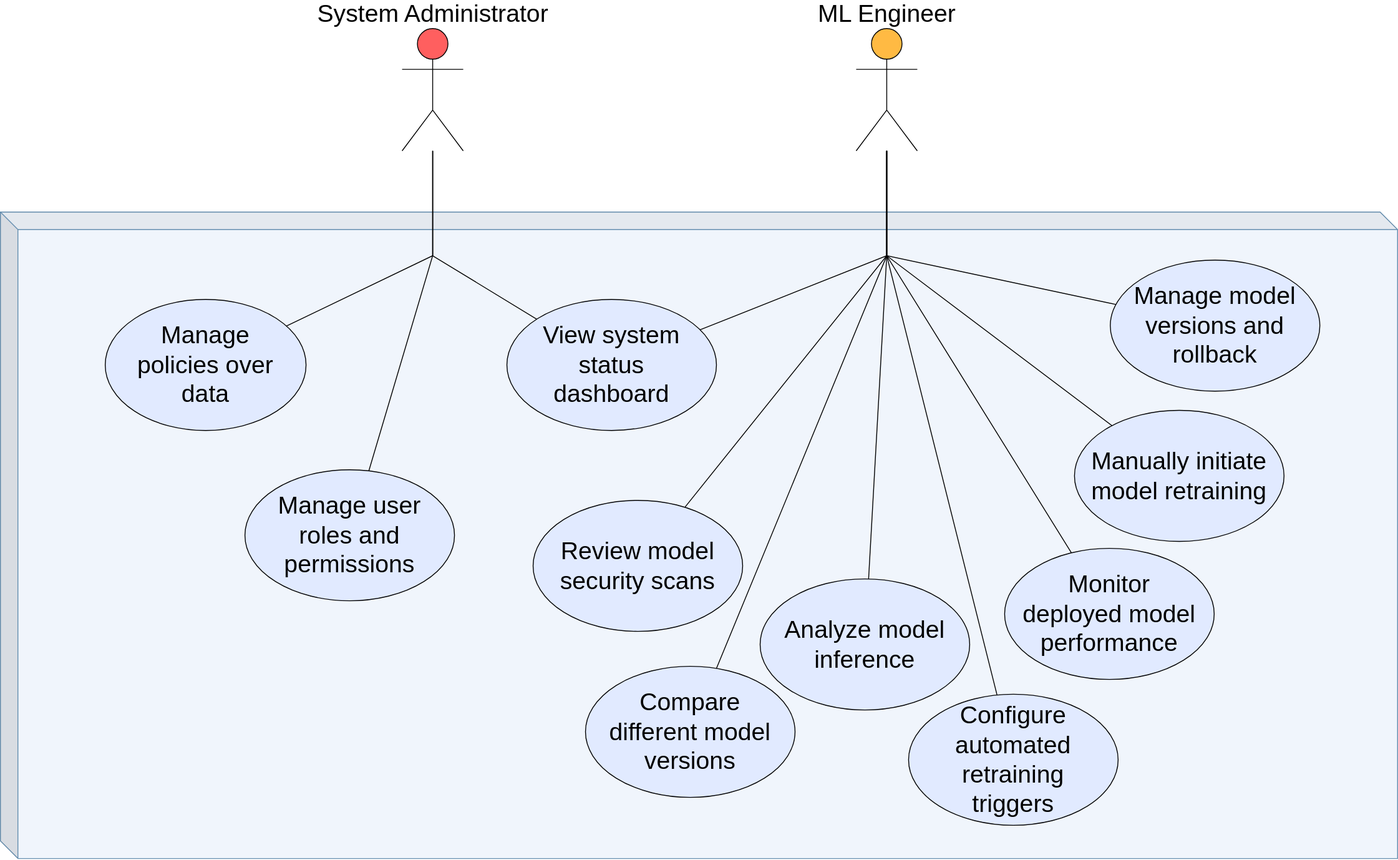
This is static/img/usecases2.svg from ATNoG/pei-nwdaf-microsite, a draw.io export, as it was before one commit. Source tidied: cells renumbered, new cells last; positions are measured from the earlier drawing's top-left corner, leaving out a move shared by most shapes.
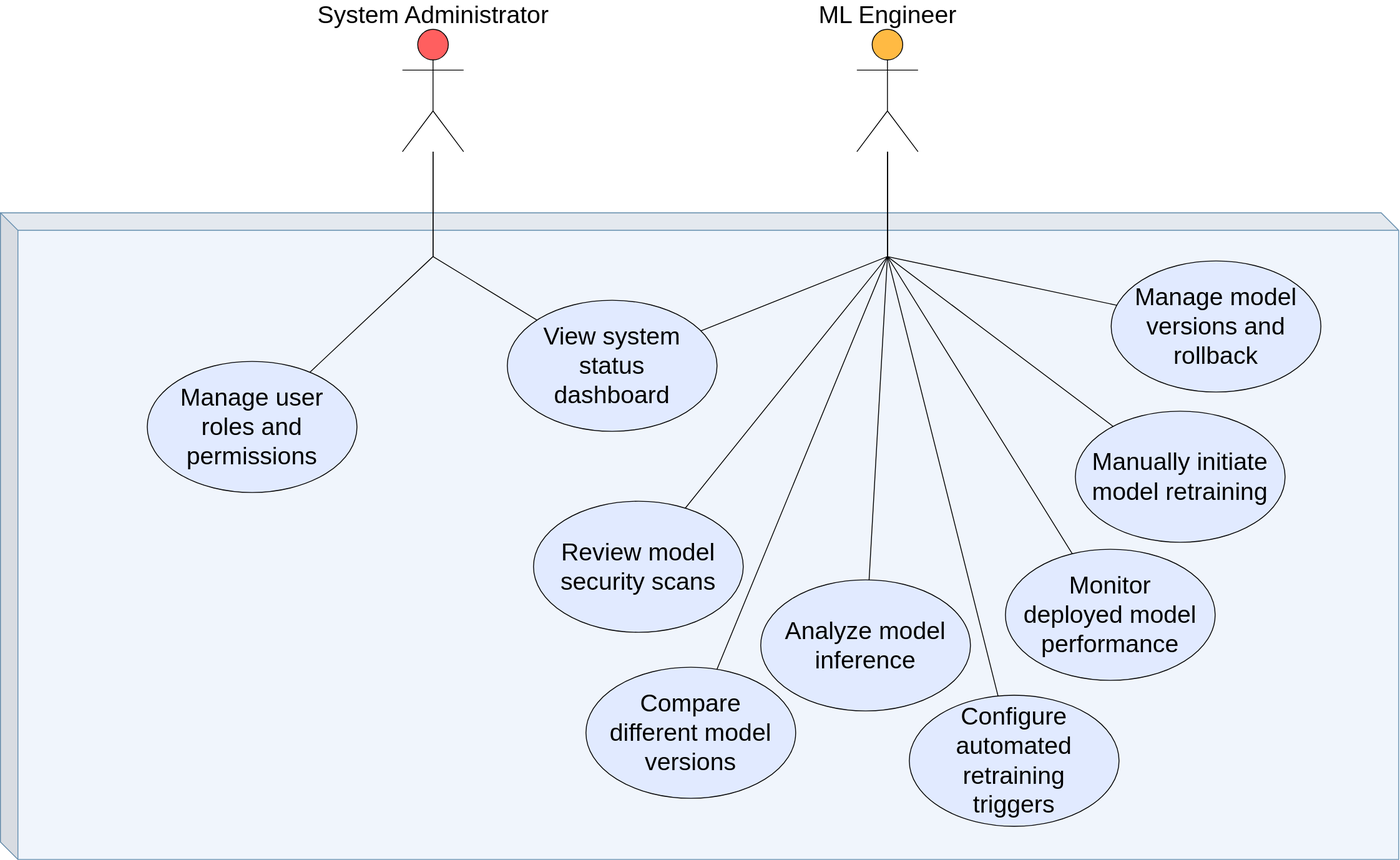
The same file after the commit.

Commit message:
update use case

Change to the diagram source:
```diff
@@ -2,7 +2,7 @@
   <root>
     <mxCell id="0" />
     <mxCell id="1" parent="0" />
-    <mxCell id="2" style="shape=cube;whiteSpace=wrap;html=1;boundedLbl=1;backgroundOutline=1;darkOpacity=0.05;darkOpacity2=0.1;fillColor=#F0F5FC;strokeColor=#648EAF;fontSize=28;spacingLeft=15;spacingRight=15;" parent="1" vertex="1">
+    <mxCell id="2" value="\" style="shape=cube;whiteSpace=wrap;html=1;boundedLbl=1;backgroundOutline=1;darkOpacity=0.05;darkOpacity2=0.1;fillColor=#F0F5FC;strokeColor=#648EAF;fontSize=28;spacingLeft=15;spacingRight=15;" parent="1" vertex="1">
       <mxGeometry y="210" width="1600" height="740" as="geometry" />
     </mxCell>
     <mxCell id="3" value="&lt;font&gt;ML Engineer&lt;/font&gt;" style="shape=umlActor;verticalLabelPosition=bottom;verticalAlign=top;html=1;outlineConnect=0;spacingTop=-180;fontSize=28;spacingLeft=15;spacingRight=15;fillColor=#FFBA43;" parent="1" vertex="1">
@@ -30,93 +30,83 @@
       <mxGeometry x="610" y="540" width="240" height="150" as="geometry" />
     </mxCell>
     <mxCell id="11" value="&lt;div&gt;Manage user roles and permissions&lt;/div&gt;" style="ellipse;whiteSpace=wrap;html=1;fontSize=28;textShadow=0;labelBackgroundColor=none;spacingLeft=15;spacingRight=15;align=center;strokeColor=default;fillColor=#E1EAFF;" parent="1" vertex="1">
-      <mxGeometry x="280" y="505" width="240" height="150" as="geometry" />
+      <mxGeometry x="168" y="380" width="240" height="150" as="geometry" />
     </mxCell>
-    <mxCell id="12" value="&lt;div&gt;&lt;span style=&quot;text-align: left;&quot;&gt;Manage policies over data&lt;/span&gt;&lt;/div&gt;" style="ellipse;whiteSpace=wrap;html=1;fontSize=28;textShadow=0;labelBackgroundColor=none;spacingLeft=15;spacingRight=15;align=center;strokeColor=default;fillColor=#E1EAFF;" parent="1" vertex="1">
-      <mxGeometry x="120" y="310" width="230" height="150" as="geometry" />
+    <mxCell id="12" value="&lt;span&gt;System Administrator&lt;/span&gt;" style="shape=umlActor;verticalLabelPosition=bottom;verticalAlign=top;html=1;outlineConnect=0;spacingTop=-180;fontSize=28;spacingLeft=15;spacingRight=15;fillColor=#FF5F5F;" parent="1" vertex="1">
+      <mxGeometry x="460" width="70" height="140" as="geometry" />
     </mxCell>
-    <mxCell id="13" value="&lt;span&gt;System Administrator&lt;/span&gt;" style="shape=umlActor;verticalLabelPosition=bottom;verticalAlign=top;html=1;outlineConnect=0;spacingTop=-180;fontSize=28;spacingLeft=15;spacingRight=15;fillColor=#FF5F5F;" parent="1" vertex="1">
-      <mxGeometry x="460" width="70" height="140" as="geometry" />
+    <mxCell id="13" value="&lt;div&gt;View system status dashboard&lt;/div&gt;" style="ellipse;whiteSpace=wrap;html=1;fontSize=28;textShadow=0;labelBackgroundColor=none;spacingLeft=15;spacingRight=15;align=center;strokeColor=default;fillColor=#E1EAFF;" parent="1" vertex="1">
+      <mxGeometry x="580" y="310" width="240" height="150" as="geometry" />
     </mxCell>
-    <mxCell id="14" value="&lt;div&gt;View system status dashboard&lt;/div&gt;" style="ellipse;whiteSpace=wrap;html=1;fontSize=28;textShadow=0;labelBackgroundColor=none;spacingLeft=15;spacingRight=15;align=center;strokeColor=default;fillColor=#E1EAFF;" parent="1" vertex="1">
-      <mxGeometry x="580" y="310" width="240" height="150" as="geometry" />
+    <mxCell id="14" style="endArrow=none;html=1;rounded=0;fontSize=28;spacingLeft=15;spacingRight=15;" parent="1" edge="1" source="13" target="3">
+      <mxGeometry relative="1" as="geometry">
+        <Array as="points">
+          <mxPoint x="1015" y="260" />
+        </Array>
+      </mxGeometry>
     </mxCell>
-    <mxCell id="15" style="endArrow=none;html=1;rounded=0;fontSize=28;spacingLeft=15;spacingRight=15;" parent="1" edge="1" source="14" target="3">
+    <mxCell id="15" style="endArrow=none;html=1;rounded=0;fontSize=28;spacingLeft=15;spacingRight=15;" parent="1" edge="1" source="4" target="3">
       <mxGeometry relative="1" as="geometry">
         <Array as="points">
           <mxPoint x="1015" y="260" />
         </Array>
       </mxGeometry>
     </mxCell>
-    <mxCell id="16" style="endArrow=none;html=1;rounded=0;fontSize=28;spacingLeft=15;spacingRight=15;" parent="1" edge="1" source="4" target="3">
+    <mxCell id="16" style="endArrow=none;html=1;rounded=0;fontSize=28;spacingLeft=15;spacingRight=15;" parent="1" edge="1" source="3" target="10">
       <mxGeometry relative="1" as="geometry">
         <Array as="points">
           <mxPoint x="1015" y="260" />
         </Array>
       </mxGeometry>
     </mxCell>
-    <mxCell id="17" style="endArrow=none;html=1;rounded=0;fontSize=28;spacingLeft=15;spacingRight=15;" parent="1" edge="1" source="3" target="10">
+    <mxCell id="17" style="endArrow=none;html=1;rounded=0;fontSize=28;spacingLeft=15;spacingRight=15;" parent="1" edge="1" source="7" target="3">
       <mxGeometry relative="1" as="geometry">
         <Array as="points">
           <mxPoint x="1015" y="260" />
         </Array>
       </mxGeometry>
     </mxCell>
-    <mxCell id="18" style="endArrow=none;html=1;rounded=0;fontSize=28;spacingLeft=15;spacingRight=15;" parent="1" edge="1" source="7" target="3">
+    <mxCell id="18" style="endArrow=none;html=1;rounded=0;fontSize=28;spacingLeft=15;spacingRight=15;" parent="1" edge="1" source="3" target="8">
       <mxGeometry relative="1" as="geometry">
         <Array as="points">
           <mxPoint x="1015" y="260" />
         </Array>
       </mxGeometry>
     </mxCell>
-    <mxCell id="19" style="endArrow=none;html=1;rounded=0;fontSize=28;spacingLeft=15;spacingRight=15;" parent="1" edge="1" source="3" target="8">
+    <mxCell id="19" style="endArrow=none;html=1;rounded=0;fontSize=28;spacingLeft=15;spacingRight=15;" parent="1" edge="1" source="3" target="6">
       <mxGeometry relative="1" as="geometry">
         <Array as="points">
           <mxPoint x="1015" y="260" />
         </Array>
       </mxGeometry>
     </mxCell>
-    <mxCell id="20" style="endArrow=none;html=1;rounded=0;fontSize=28;spacingLeft=15;spacingRight=15;" parent="1" edge="1" source="3" target="6">
+    <mxCell id="20" style="endArrow=none;html=1;rounded=0;fontSize=28;spacingLeft=15;spacingRight=15;" parent="1" edge="1" source="3" target="9">
       <mxGeometry relative="1" as="geometry">
         <Array as="points">
           <mxPoint x="1015" y="260" />
         </Array>
       </mxGeometry>
     </mxCell>
-    <mxCell id="21" style="endArrow=none;html=1;rounded=0;fontSize=28;spacingLeft=15;spacingRight=15;" parent="1" edge="1" source="3" target="9">
+    <mxCell id="21" style="endArrow=none;html=1;rounded=0;fontSize=28;spacingLeft=15;spacingRight=15;" parent="1" edge="1" source="3" target="5">
       <mxGeometry relative="1" as="geometry">
         <Array as="points">
           <mxPoint x="1015" y="260" />
         </Array>
       </mxGeometry>
     </mxCell>
-    <mxCell id="22" style="endArrow=none;html=1;rounded=0;fontSize=28;spacingLeft=15;spacingRight=15;" parent="1" edge="1" source="3" target="5">
+    <mxCell id="22" style="endArrow=none;html=1;rounded=0;fontSize=28;spacingLeft=15;spacingRight=15;" parent="1" edge="1" source="13" target="12">
       <mxGeometry relative="1" as="geometry">
         <Array as="points">
-          <mxPoint x="1015" y="260" />
+          <mxPoint x="495" y="260" />
         </Array>
       </mxGeometry>
     </mxCell>
-    <mxCell id="23" style="endArrow=none;html=1;rounded=0;fontSize=28;spacingLeft=15;spacingRight=15;" parent="1" edge="1" source="14" target="13">
+    <mxCell id="23" style="endArrow=none;html=1;rounded=0;fontSize=28;spacingLeft=15;spacingRight=15;" parent="1" edge="1" source="11" target="12">
       <mxGeometry relative="1" as="geometry">
         <Array as="points">
           <mxPoint x="495" y="260" />
         </Array>
       </mxGeometry>
     </mxCell>
-    <mxCell id="24" style="endArrow=none;html=1;rounded=0;fontSize=28;spacingLeft=15;spacingRight=15;" parent="1" edge="1" source="12" target="13">
-      <mxGeometry relative="1" as="geometry">
-        <Array as="points">
-          <mxPoint x="495" y="260" />
-        </Array>
-      </mxGeometry>
-    </mxCell>
-    <mxCell id="25" style="endArrow=none;html=1;rounded=0;fontSize=28;spacingLeft=15;spacingRight=15;" parent="1" edge="1" source="11" target="13">
-      <mxGeometry relative="1" as="geometry">
-        <Array as="points">
-          <mxPoint x="495" y="260" />
-        </Array>
-      </mxGeometry>
-    </mxCell>
   </root>
 </mxGraphModel>
```
